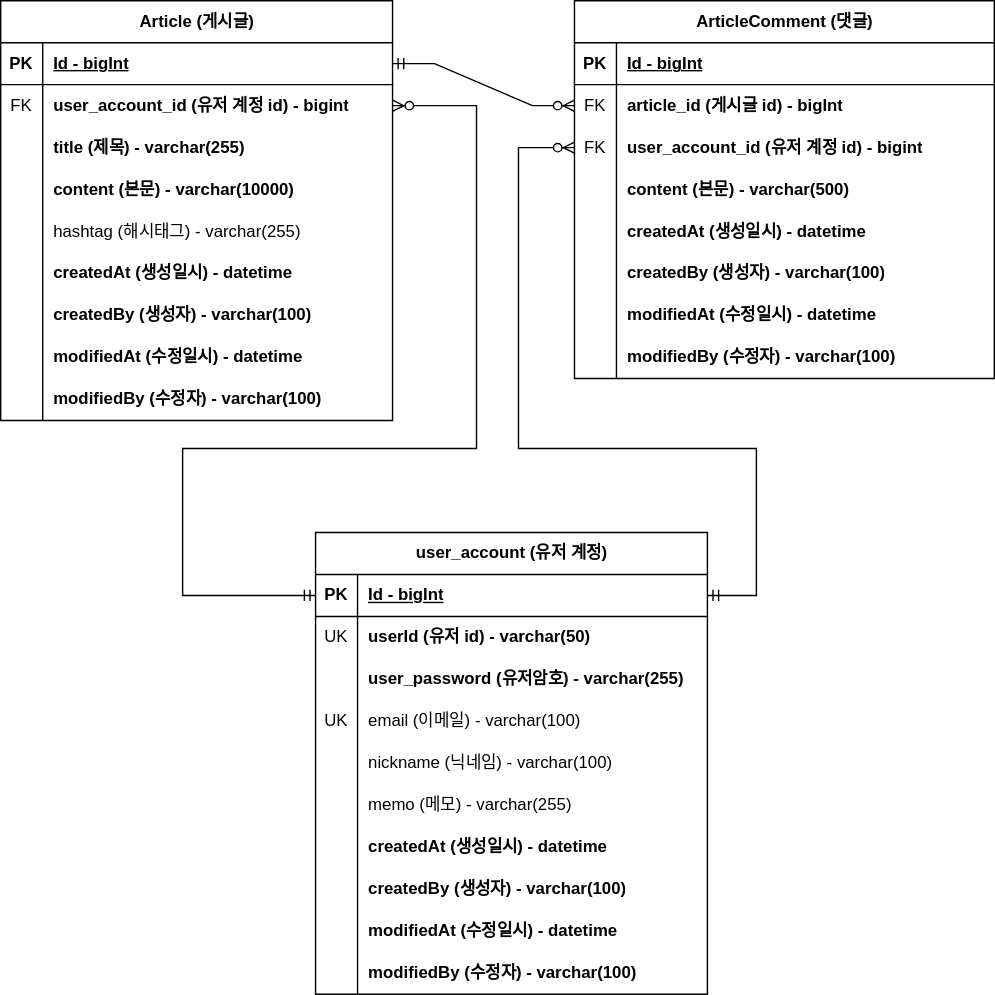
Above: Part02/document/project-board-erd.svg in dbwp031/FastCampusClass (draw.io), before the change. Source tidied: cells renumbered, new cells last; positions are measured from the earlier drawing's top-left corner, leaving out a move shared by most shapes.
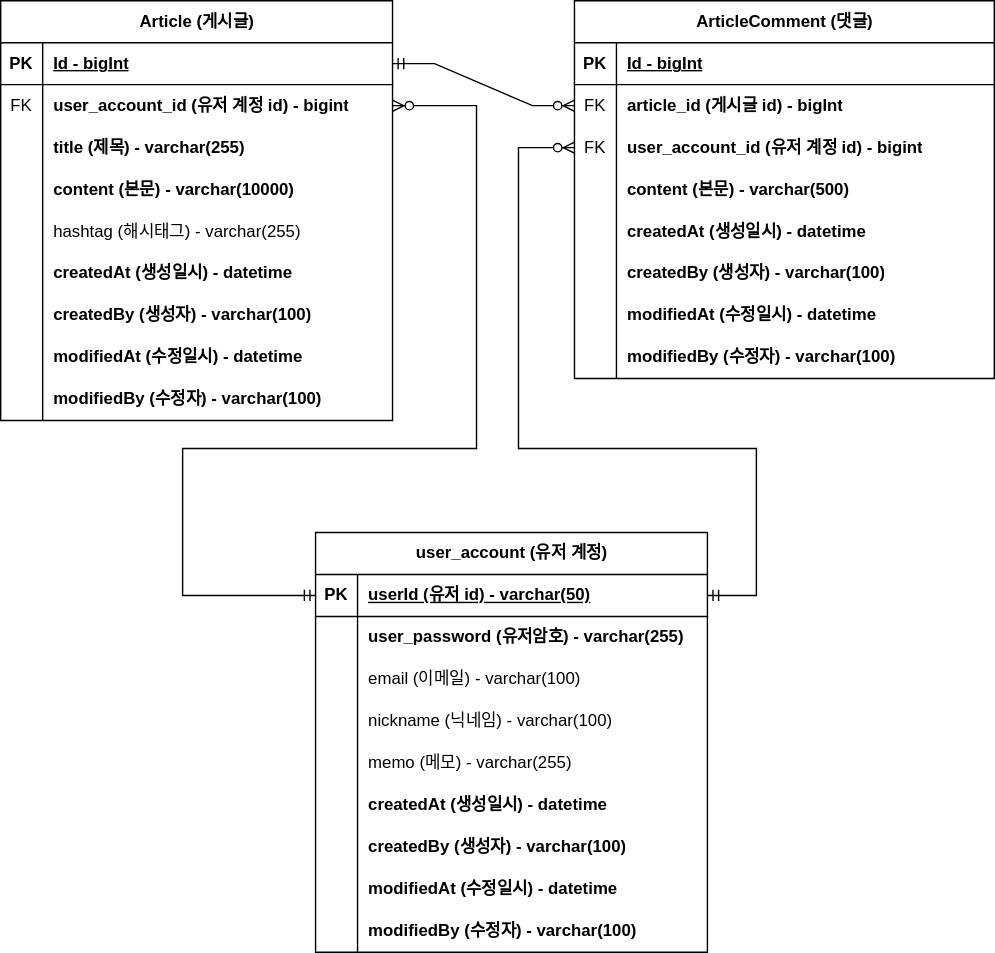
After the change.

Commit message:
#38-project-board-erd.svg 수정 - userAccount 도메인

userId를 PK로 수정 및 기존 PK 필드 삭제. email UK 해제

user_account 도메인은 현재 id를 PK로 가지고 있고, UK인 user_id 필드를 따로 가지고 있다.
id와 user_id는 모두 동일하게 unique이기 때문에 중복되는 역할을 가지고 있다.

따라서 id를 제거하고, user_id를 PK로 변경한다.

The edit, as a diff of the source:
```diff
@@ -171,7 +171,7 @@
       </mxGeometry>
     </mxCell>
     <mxCell id="56" value="user_account (유저 계정)" style="shape=table;startSize=30;rowLines=0;fontStyle=1;align=center;html=1;" parent="1" vertex="1">
-      <mxGeometry x="225" y="380" width="280" height="330" as="geometry" />
+      <mxGeometry x="225" y="380" width="280" height="300" as="geometry" />
     </mxCell>
     <mxCell id="57" style="shape=tableRow;horizontal=0;startSize=0;swimlaneHead=0;swimlaneBody=0;fillColor=none;points=[[0,0.5],[1,0.5]];portConstraint=eastwest;top=0;left=0;right=0;bottom=1;" parent="56" vertex="1">
       <mxGeometry y="30" width="280" height="30" as="geometry" />
@@ -179,20 +179,11 @@
     <mxCell id="58" value="PK" style="shape=partialRectangle;fillColor=none;top=0;left=0;bottom=0;right=0;fontStyle=1;overflow=hidden;whiteSpace=wrap;html=1;" parent="57" vertex="1">
       <mxGeometry width="30" height="30" as="geometry" />
     </mxCell>
-    <mxCell id="59" value="Id - bigInt" style="shape=partialRectangle;fillColor=none;top=0;left=0;bottom=0;right=0;align=left;spacingLeft=6;fontStyle=5;overflow=hidden;whiteSpace=wrap;html=1;" parent="57" vertex="1">
+    <mxCell id="59" value="userId (유저 id) - varchar(50)" style="shape=partialRectangle;fillColor=none;top=0;left=0;bottom=0;right=0;align=left;spacingLeft=6;fontStyle=5;overflow=hidden;whiteSpace=wrap;html=1;" parent="57" vertex="1">
       <mxGeometry x="30" width="250" height="30" as="geometry" />
     </mxCell>
-    <mxCell id="60" style="shape=tableRow;horizontal=0;startSize=0;swimlaneHead=0;swimlaneBody=0;fillColor=none;top=0;left=0;right=0;bottom=0;" parent="56" vertex="1">
-      <mxGeometry y="60" width="280" height="30" as="geometry" />
-    </mxCell>
-    <mxCell id="61" value="UK" style="shape=partialRectangle;fillColor=none;top=0;left=0;bottom=0;right=0;overflow=hidden;whiteSpace=wrap;html=1;" parent="60" vertex="1">
-      <mxGeometry width="30" height="30" as="geometry" />
-    </mxCell>
-    <mxCell id="62" value="userId (유저 id) - varchar(50)" style="shape=partialRectangle;fillColor=none;top=0;left=0;bottom=0;right=0;align=left;spacingLeft=6;overflow=hidden;whiteSpace=wrap;html=1;fontStyle=1;" parent="60" vertex="1">
-      <mxGeometry x="30" width="250" height="30" as="geometry" />
-    </mxCell>
     <mxCell id="63" style="shape=tableRow;horizontal=0;startSize=0;swimlaneHead=0;swimlaneBody=0;fillColor=none;top=0;left=0;right=0;bottom=0;" parent="56" vertex="1">
-      <mxGeometry y="90" width="280" height="30" as="geometry" />
+      <mxGeometry y="60" width="280" height="30" as="geometry" />
     </mxCell>
     <mxCell id="64" style="shape=partialRectangle;fillColor=none;top=0;left=0;bottom=0;right=0;overflow=hidden;whiteSpace=wrap;html=1;" parent="63" vertex="1">
       <mxGeometry width="30" height="30" as="geometry" />
@@ -201,16 +192,16 @@
       <mxGeometry x="30" width="250" height="30" as="geometry" />
     </mxCell>
     <mxCell id="66" style="shape=tableRow;horizontal=0;startSize=0;swimlaneHead=0;swimlaneBody=0;fillColor=none;top=0;left=0;right=0;bottom=0;" parent="56" vertex="1">
-      <mxGeometry y="120" width="280" height="30" as="geometry" />
+      <mxGeometry y="90" width="280" height="30" as="geometry" />
     </mxCell>
-    <mxCell id="67" value="UK" style="shape=partialRectangle;fillColor=none;top=0;left=0;bottom=0;right=0;overflow=hidden;whiteSpace=wrap;html=1;" parent="66" vertex="1">
+    <mxCell id="67" style="shape=partialRectangle;fillColor=none;top=0;left=0;bottom=0;right=0;overflow=hidden;whiteSpace=wrap;html=1;" parent="66" vertex="1">
       <mxGeometry width="30" height="30" as="geometry" />
     </mxCell>
     <mxCell id="68" value="email (이메일) - varchar(100)" style="shape=partialRectangle;fillColor=none;top=0;left=0;bottom=0;right=0;align=left;spacingLeft=6;overflow=hidden;whiteSpace=wrap;html=1;" parent="66" vertex="1">
       <mxGeometry x="30" width="250" height="30" as="geometry" />
     </mxCell>
     <mxCell id="69" style="shape=tableRow;horizontal=0;startSize=0;swimlaneHead=0;swimlaneBody=0;fillColor=none;top=0;left=0;right=0;bottom=0;" parent="56" vertex="1">
-      <mxGeometry y="150" width="280" height="30" as="geometry" />
+      <mxGeometry y="120" width="280" height="30" as="geometry" />
     </mxCell>
     <mxCell id="70" style="shape=partialRectangle;fillColor=none;top=0;left=0;bottom=0;right=0;overflow=hidden;whiteSpace=wrap;html=1;" parent="69" vertex="1">
       <mxGeometry width="30" height="30" as="geometry" />
@@ -219,7 +210,7 @@
       <mxGeometry x="30" width="250" height="30" as="geometry" />
     </mxCell>
     <mxCell id="72" style="shape=tableRow;horizontal=0;startSize=0;swimlaneHead=0;swimlaneBody=0;fillColor=none;top=0;left=0;right=0;bottom=0;" parent="56" vertex="1">
-      <mxGeometry y="180" width="280" height="30" as="geometry" />
+      <mxGeometry y="150" width="280" height="30" as="geometry" />
     </mxCell>
     <mxCell id="73" style="shape=partialRectangle;fillColor=none;top=0;left=0;bottom=0;right=0;overflow=hidden;whiteSpace=wrap;html=1;" parent="72" vertex="1">
       <mxGeometry width="30" height="30" as="geometry" />
@@ -228,7 +219,7 @@
       <mxGeometry x="30" width="250" height="30" as="geometry" />
     </mxCell>
     <mxCell id="75" style="shape=tableRow;horizontal=0;startSize=0;swimlaneHead=0;swimlaneBody=0;fillColor=none;top=0;left=0;right=0;bottom=0;" parent="56" vertex="1">
-      <mxGeometry y="210" width="280" height="30" as="geometry" />
+      <mxGeometry y="180" width="280" height="30" as="geometry" />
     </mxCell>
     <mxCell id="76" style="shape=partialRectangle;fillColor=none;top=0;left=0;bottom=0;right=0;overflow=hidden;whiteSpace=wrap;html=1;" parent="75" vertex="1">
       <mxGeometry width="30" height="30" as="geometry" />
@@ -237,7 +228,7 @@
       <mxGeometry x="30" width="250" height="30" as="geometry" />
     </mxCell>
     <mxCell id="78" style="shape=tableRow;horizontal=0;startSize=0;swimlaneHead=0;swimlaneBody=0;fillColor=none;top=0;left=0;right=0;bottom=0;" parent="56" vertex="1">
-      <mxGeometry y="240" width="280" height="30" as="geometry" />
+      <mxGeometry y="210" width="280" height="30" as="geometry" />
     </mxCell>
     <mxCell id="79" style="shape=partialRectangle;fillColor=none;top=0;left=0;bottom=0;right=0;overflow=hidden;whiteSpace=wrap;html=1;" parent="78" vertex="1">
       <mxGeometry width="30" height="30" as="geometry" />
@@ -246,7 +237,7 @@
       <mxGeometry x="30" width="250" height="30" as="geometry" />
     </mxCell>
     <mxCell id="81" style="shape=tableRow;horizontal=0;startSize=0;swimlaneHead=0;swimlaneBody=0;fillColor=none;top=0;left=0;right=0;bottom=0;" parent="56" vertex="1">
-      <mxGeometry y="270" width="280" height="30" as="geometry" />
+      <mxGeometry y="240" width="280" height="30" as="geometry" />
     </mxCell>
     <mxCell id="82" style="shape=partialRectangle;fillColor=none;top=0;left=0;bottom=0;right=0;overflow=hidden;whiteSpace=wrap;html=1;" parent="81" vertex="1">
       <mxGeometry width="30" height="30" as="geometry" />
@@ -255,7 +246,7 @@
       <mxGeometry x="30" width="250" height="30" as="geometry" />
     </mxCell>
     <mxCell id="84" style="shape=tableRow;horizontal=0;startSize=0;swimlaneHead=0;swimlaneBody=0;fillColor=none;top=0;left=0;right=0;bottom=0;" parent="56" vertex="1">
-      <mxGeometry y="300" width="280" height="30" as="geometry" />
+      <mxGeometry y="270" width="280" height="30" as="geometry" />
     </mxCell>
     <mxCell id="85" style="shape=partialRectangle;fillColor=none;top=0;left=0;bottom=0;right=0;overflow=hidden;whiteSpace=wrap;html=1;" parent="84" vertex="1">
       <mxGeometry width="30" height="30" as="geometry" />
```
